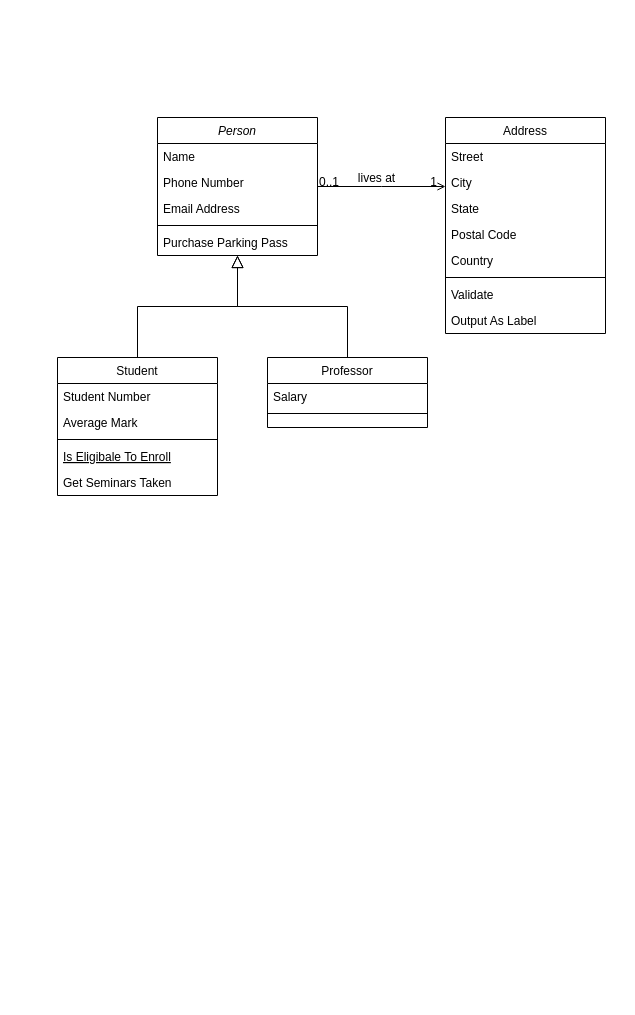
Before: Untitled Diagram.drawio in CarleyDziewicki/Indepdent-Work, a draw.io diagram. Source tidied: cells renumbered, new cells numbered last; positions are measured from the earlier drawing's top-left corner, leaving out a move shared by most shapes. Both pictures are drawn from the tidied source at 100%, with x=0, y=0 at pixel (57, 117).
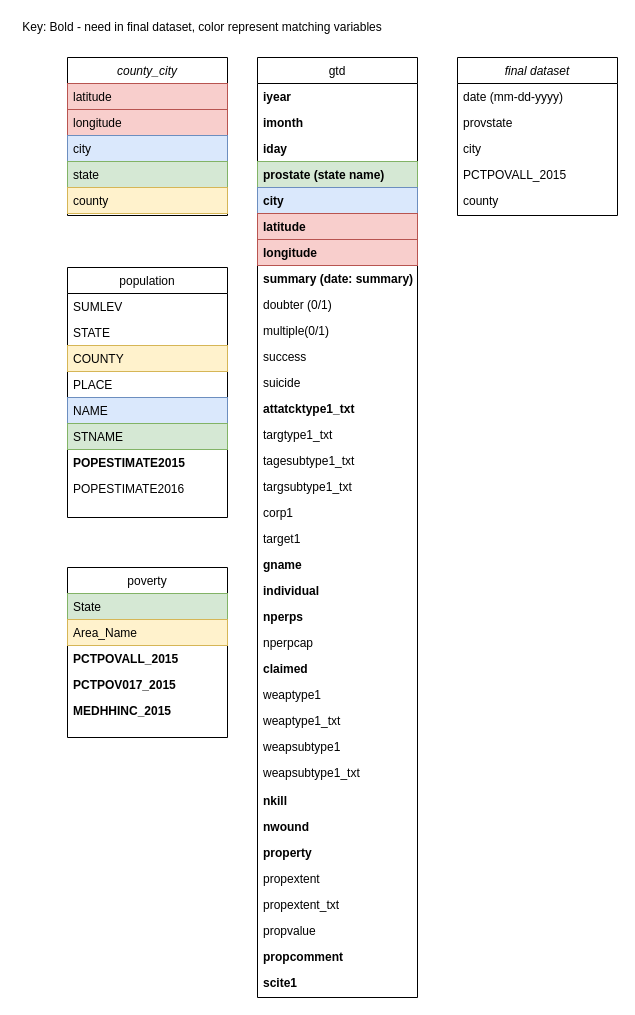
After the change.

Change to the diagram source:
```diff
@@
-    <mxCell id="2" value="Person" style="swimlane;fontStyle=2;align=center;verticalAlign=top;horizontal=1;startSize=26;rounded=0;shadow=0;strokeWidth=1;" parent="1" vertex="1">
-      <mxGeometry x="100" width="160" height="138" as="geometry" />
+    <mxCell id="2" value="county_city" style="swimlane;fontStyle=2;align=center;verticalAlign=top;horizontal=1;startSize=26;rounded=0;shadow=0;strokeWidth=1;" parent="1" vertex="1">
+      <mxGeometry x="10" y="-60" width="160" height="158" as="geometry" />
     </mxCell>
-    <mxCell id="3" value="Name" style="text;align=left;verticalAlign=top;spacingLeft=4;spacingRight=4;overflow=hidden;" parent="2" vertex="1">
+    <mxCell id="3" value="latitude" style="text;align=left;verticalAlign=top;spacingLeft=4;spacingRight=4;overflow=hidden;fillColor=#f8cecc;strokeColor=#b85450;" parent="2" vertex="1">
       <mxGeometry y="26" width="160" height="26" as="geometry" />
     </mxCell>
-    <mxCell id="4" value="Phone Number" style="text;align=left;verticalAlign=top;spacingLeft=4;spacingRight=4;overflow=hidden;rounded=0;shadow=0;html=0;" parent="2" vertex="1">
+    <mxCell id="4" value="longitude" style="text;align=left;verticalAlign=top;spacingLeft=4;spacingRight=4;overflow=hidden;rounded=0;shadow=0;html=0;fillColor=#f8cecc;strokeColor=#b85450;" parent="2" vertex="1">
       <mxGeometry y="52" width="160" height="26" as="geometry" />
     </mxCell>
-    <mxCell id="5" value="Email Address" style="text;align=left;verticalAlign=top;spacingLeft=4;spacingRight=4;overflow=hidden;rounded=0;shadow=0;html=0;" parent="2" vertex="1">
+    <mxCell id="5" value="city" style="text;align=left;verticalAlign=top;spacingLeft=4;spacingRight=4;overflow=hidden;rounded=0;shadow=0;html=0;fillColor=#dae8fc;strokeColor=#6c8ebf;" parent="2" vertex="1">
       <mxGeometry y="78" width="160" height="26" as="geometry" />
     </mxCell>
-    <mxCell id="6" style="line;html=1;strokeWidth=1;align=left;verticalAlign=middle;spacingTop=-1;spacingLeft=3;spacingRight=3;labelPosition=right;" parent="2" vertex="1">
-      <mxGeometry y="104" width="160" height="8" as="geometry" />
-    </mxCell>
-    <mxCell id="7" value="Purchase Parking Pass" style="text;align=left;verticalAlign=top;spacingLeft=4;spacingRight=4;overflow=hidden;" parent="2" vertex="1">
-      <mxGeometry y="112" width="160" height="26" as="geometry" />
-    </mxCell>
+    <mxCell id="32" value="state" style="text;align=left;verticalAlign=top;spacingLeft=4;spacingRight=4;overflow=hidden;rounded=0;shadow=0;html=0;fillColor=#d5e8d4;strokeColor=#82b366;" parent="2" vertex="1">
+      <mxGeometry y="104" width="160" height="26" as="geometry" />
+    </mxCell>
+    <mxCell id="33" value="county" style="text;align=left;verticalAlign=top;spacingLeft=4;spacingRight=4;overflow=hidden;rounded=0;shadow=0;html=0;fillColor=#fff2cc;strokeColor=#d6b656;" parent="2" vertex="1">
+      <mxGeometry y="130" width="160" height="26" as="geometry" />
+    </mxCell>
-    <mxCell id="8" value="Student" style="swimlane;fontStyle=0;align=center;verticalAlign=top;horizontal=1;startSize=26;rounded=0;shadow=0;strokeWidth=1;" parent="1" vertex="1">
-      <mxGeometry y="240" width="160" height="138" as="geometry" />
+    <mxCell id="8" value="population" style="swimlane;fontStyle=0;align=center;verticalAlign=top;horizontal=1;startSize=26;rounded=0;shadow=0;strokeWidth=1;" parent="1" vertex="1">
+      <mxGeometry x="10" y="150" width="160" height="250" as="geometry" />
     </mxCell>
-    <mxCell id="9" value="Student Number" style="text;align=left;verticalAlign=top;spacingLeft=4;spacingRight=4;overflow=hidden;" parent="8" vertex="1">
+    <mxCell id="9" value="SUMLEV" style="text;align=left;verticalAlign=top;spacingLeft=4;spacingRight=4;overflow=hidden;" parent="8" vertex="1">
       <mxGeometry y="26" width="160" height="26" as="geometry" />
     </mxCell>
-    <mxCell id="10" value="Average Mark" style="text;align=left;verticalAlign=top;spacingLeft=4;spacingRight=4;overflow=hidden;rounded=0;shadow=0;html=0;" parent="8" vertex="1">
+    <mxCell id="10" value="STATE" style="text;align=left;verticalAlign=top;spacingLeft=4;spacingRight=4;overflow=hidden;rounded=0;shadow=0;html=0;" parent="8" vertex="1">
       <mxGeometry y="52" width="160" height="26" as="geometry" />
     </mxCell>
-    <mxCell id="11" style="line;html=1;strokeWidth=1;align=left;verticalAlign=middle;spacingTop=-1;spacingLeft=3;spacingRight=3;labelPosition=right;" parent="8" vertex="1">
-      <mxGeometry y="78" width="160" height="8" as="geometry" />
-    </mxCell>
-    <mxCell id="12" value="Is Eligibale To Enroll" style="text;align=left;verticalAlign=top;spacingLeft=4;spacingRight=4;overflow=hidden;fontStyle=4;" parent="8" vertex="1">
-      <mxGeometry y="86" width="160" height="26" as="geometry" />
-    </mxCell>
-    <mxCell id="13" value="Get Seminars Taken" style="text;align=left;verticalAlign=top;spacingLeft=4;spacingRight=4;overflow=hidden;" parent="8" vertex="1">
-      <mxGeometry y="112" width="160" height="26" as="geometry" />
+    <mxCell id="13" value="COUNTY" style="text;align=left;verticalAlign=top;spacingLeft=4;spacingRight=4;overflow=hidden;fillColor=#fff2cc;strokeColor=#d6b656;" parent="8" vertex="1">
+      <mxGeometry y="78" width="160" height="26" as="geometry" />
     </mxCell>
-    <mxCell id="14" style="endArrow=block;endSize=10;endFill=0;shadow=0;strokeWidth=1;rounded=0;edgeStyle=elbowEdgeStyle;elbow=vertical;" parent="1" edge="1" source="8" target="2">
-      <mxGeometry relative="1" as="geometry" />
-    </mxCell>
+    <mxCell id="34" value="PLACE" style="text;align=left;verticalAlign=top;spacingLeft=4;spacingRight=4;overflow=hidden;" parent="8" vertex="1">
+      <mxGeometry y="104" width="160" height="26" as="geometry" />
+    </mxCell>
+    <mxCell id="35" value="NAME" style="text;align=left;verticalAlign=top;spacingLeft=4;spacingRight=4;overflow=hidden;fillColor=#dae8fc;strokeColor=#6c8ebf;" parent="8" vertex="1">
+      <mxGeometry y="130" width="160" height="26" as="geometry" />
+    </mxCell>
+    <mxCell id="36" value="STNAME" style="text;align=left;verticalAlign=top;spacingLeft=4;spacingRight=4;overflow=hidden;fillColor=#d5e8d4;strokeColor=#82b366;" parent="8" vertex="1">
+      <mxGeometry y="156" width="160" height="26" as="geometry" />
+    </mxCell>
+    <mxCell id="37" value="POPESTIMATE2015" style="text;align=left;verticalAlign=top;spacingLeft=4;spacingRight=4;overflow=hidden;fontStyle=1;" parent="8" vertex="1">
+      <mxGeometry y="182" width="160" height="26" as="geometry" />
+    </mxCell>
+    <mxCell id="38" value="POPESTIMATE2016" style="text;align=left;verticalAlign=top;spacingLeft=4;spacingRight=4;overflow=hidden;" parent="8" vertex="1">
+      <mxGeometry y="208" width="160" height="26" as="geometry" />
+    </mxCell>
-    <mxCell id="15" value="Professor" style="swimlane;fontStyle=0;align=center;verticalAlign=top;horizontal=1;startSize=26;rounded=0;shadow=0;strokeWidth=1;" parent="1" vertex="1">
-      <mxGeometry x="210" y="240" width="160" height="70" as="geometry" />
+    <mxCell id="15" value="poverty" style="swimlane;fontStyle=0;align=center;verticalAlign=top;horizontal=1;startSize=26;rounded=0;shadow=0;strokeWidth=1;" parent="1" vertex="1">
+      <mxGeometry x="10" y="450" width="160" height="170" as="geometry" />
     </mxCell>
-    <mxCell id="16" value="Salary" style="text;align=left;verticalAlign=top;spacingLeft=4;spacingRight=4;overflow=hidden;" parent="15" vertex="1">
+    <mxCell id="16" value="State" style="text;align=left;verticalAlign=top;spacingLeft=4;spacingRight=4;overflow=hidden;fillColor=#d5e8d4;strokeColor=#82b366;" parent="15" vertex="1">
       <mxGeometry y="26" width="160" height="26" as="geometry" />
     </mxCell>
-    <mxCell id="17" style="line;html=1;strokeWidth=1;align=left;verticalAlign=middle;spacingTop=-1;spacingLeft=3;spacingRight=3;labelPosition=right;" parent="15" vertex="1">
-      <mxGeometry y="52" width="160" height="8" as="geometry" />
-    </mxCell>
-    <mxCell id="18" style="endArrow=block;endSize=10;endFill=0;shadow=0;strokeWidth=1;rounded=0;edgeStyle=elbowEdgeStyle;elbow=vertical;" parent="1" edge="1" source="15" target="2">
-      <mxGeometry relative="1" as="geometry" />
-    </mxCell>
+    <mxCell id="39" value="Area_Name" style="text;align=left;verticalAlign=top;spacingLeft=4;spacingRight=4;overflow=hidden;fillColor=#fff2cc;strokeColor=#d6b656;" parent="15" vertex="1">
+      <mxGeometry y="52" width="160" height="26" as="geometry" />
+    </mxCell>
+    <mxCell id="40" value="PCTPOVALL_2015" style="text;align=left;verticalAlign=top;spacingLeft=4;spacingRight=4;overflow=hidden;fontStyle=1;" parent="15" vertex="1">
+      <mxGeometry y="78" width="160" height="26" as="geometry" />
+    </mxCell>
+    <mxCell id="41" value="PCTPOV017_2015" style="text;align=left;verticalAlign=top;spacingLeft=4;spacingRight=4;overflow=hidden;fontStyle=1;" parent="15" vertex="1">
+      <mxGeometry y="104" width="160" height="26" as="geometry" />
+    </mxCell>
+    <mxCell id="42" value="MEDHHINC_2015" style="text;align=left;verticalAlign=top;spacingLeft=4;spacingRight=4;overflow=hidden;fontStyle=1;" parent="15" vertex="1">
+      <mxGeometry y="130" width="160" height="26" as="geometry" />
+    </mxCell>
-    <mxCell id="19" value="Address" style="swimlane;fontStyle=0;align=center;verticalAlign=top;horizontal=1;startSize=26;rounded=0;shadow=0;strokeWidth=1;" parent="1" vertex="1">
-      <mxGeometry x="388" width="160" height="216" as="geometry" />
+    <mxCell id="19" value="gtd" style="swimlane;fontStyle=0;align=center;verticalAlign=top;horizontal=1;startSize=26;rounded=0;shadow=0;strokeWidth=1;" parent="1" vertex="1">
+      <mxGeometry x="200" y="-60" width="160" height="940" as="geometry" />
     </mxCell>
-    <mxCell id="20" value="Street" style="text;align=left;verticalAlign=top;spacingLeft=4;spacingRight=4;overflow=hidden;" parent="19" vertex="1">
+    <mxCell id="20" value="iyear" style="text;align=left;verticalAlign=top;spacingLeft=4;spacingRight=4;overflow=hidden;fontStyle=1;" parent="19" vertex="1">
       <mxGeometry y="26" width="160" height="26" as="geometry" />
     </mxCell>
-    <mxCell id="21" value="City" style="text;align=left;verticalAlign=top;spacingLeft=4;spacingRight=4;overflow=hidden;rounded=0;shadow=0;html=0;" parent="19" vertex="1">
+    <mxCell id="21" value="imonth" style="text;align=left;verticalAlign=top;spacingLeft=4;spacingRight=4;overflow=hidden;rounded=0;shadow=0;html=0;fontStyle=1;" parent="19" vertex="1">
       <mxGeometry y="52" width="160" height="26" as="geometry" />
     </mxCell>
-    <mxCell id="22" value="State" style="text;align=left;verticalAlign=top;spacingLeft=4;spacingRight=4;overflow=hidden;rounded=0;shadow=0;html=0;" parent="19" vertex="1">
+    <mxCell id="22" value="iday" style="text;align=left;verticalAlign=top;spacingLeft=4;spacingRight=4;overflow=hidden;rounded=0;shadow=0;html=0;fontStyle=1;" parent="19" vertex="1">
       <mxGeometry y="78" width="160" height="26" as="geometry" />
     </mxCell>
-    <mxCell id="23" value="Postal Code" style="text;align=left;verticalAlign=top;spacingLeft=4;spacingRight=4;overflow=hidden;rounded=0;shadow=0;html=0;" parent="19" vertex="1">
+    <mxCell id="23" value="prostate (state name)" style="text;align=left;verticalAlign=top;spacingLeft=4;spacingRight=4;overflow=hidden;rounded=0;shadow=0;html=0;fillColor=#d5e8d4;strokeColor=#82b366;fontStyle=1;" parent="19" vertex="1">
       <mxGeometry y="104" width="160" height="26" as="geometry" />
     </mxCell>
-    <mxCell id="24" value="Country" style="text;align=left;verticalAlign=top;spacingLeft=4;spacingRight=4;overflow=hidden;rounded=0;shadow=0;html=0;" parent="19" vertex="1">
+    <mxCell id="24" value="city" style="text;align=left;verticalAlign=top;spacingLeft=4;spacingRight=4;overflow=hidden;rounded=0;shadow=0;html=0;fillColor=#dae8fc;strokeColor=#6c8ebf;fontStyle=1;" parent="19" vertex="1">
       <mxGeometry y="130" width="160" height="26" as="geometry" />
     </mxCell>
-    <mxCell id="25" style="line;html=1;strokeWidth=1;align=left;verticalAlign=middle;spacingTop=-1;spacingLeft=3;spacingRight=3;labelPosition=right;" parent="19" vertex="1">
-      <mxGeometry y="156" width="160" height="8" as="geometry" />
-    </mxCell>
-    <mxCell id="26" value="Validate" style="text;align=left;verticalAlign=top;spacingLeft=4;spacingRight=4;overflow=hidden;" parent="19" vertex="1">
-      <mxGeometry y="164" width="160" height="26" as="geometry" />
+    <mxCell id="26" value="latitude" style="text;align=left;verticalAlign=top;spacingLeft=4;spacingRight=4;overflow=hidden;fillColor=#f8cecc;strokeColor=#b85450;fontStyle=1;" parent="19" vertex="1">
+      <mxGeometry y="156" width="160" height="26" as="geometry" />
     </mxCell>
-    <mxCell id="27" value="Output As Label" style="text;align=left;verticalAlign=top;spacingLeft=4;spacingRight=4;overflow=hidden;" parent="19" vertex="1">
-      <mxGeometry y="190" width="160" height="26" as="geometry" />
+    <mxCell id="27" value="longitude" style="text;align=left;verticalAlign=top;spacingLeft=4;spacingRight=4;overflow=hidden;fillColor=#f8cecc;strokeColor=#b85450;fontStyle=1;" parent="19" vertex="1">
+      <mxGeometry y="182" width="160" height="26" as="geometry" />
     </mxCell>
-    <mxCell id="28" style="endArrow=open;shadow=0;strokeWidth=1;rounded=0;endFill=1;edgeStyle=elbowEdgeStyle;elbow=vertical;" parent="1" edge="1" source="2" target="19">
-      <mxGeometry x="0.5" y="41" relative="1" as="geometry">
-        <mxPoint x="-40" y="32" as="offset" />
-      </mxGeometry>
-    </mxCell>
-    <mxCell id="29" value="0..1" style="align=left;verticalAlign=bottom;labelBackgroundColor=none;fontSize=12;" parent="28" vertex="1">
-      <mxGeometry x="-1" relative="1" as="geometry">
-        <mxPoint y="4" as="offset" />
-      </mxGeometry>
-    </mxCell>
-    <mxCell id="30" value="1" style="align=right;verticalAlign=bottom;labelBackgroundColor=none;fontSize=12;" parent="28" vertex="1">
-      <mxGeometry x="1" relative="1" as="geometry">
-        <mxPoint x="-7" y="4" as="offset" />
-      </mxGeometry>
-    </mxCell>
-    <mxCell id="31" value="lives at" style="text;html=1;align=center;verticalAlign=middle;labelBackgroundColor=none;rounded=0;shadow=0;strokeWidth=1;fontSize=12;" parent="28" vertex="1">
-      <mxGeometry x="0.5" y="49" relative="1" as="geometry">
-        <mxPoint x="-38" y="40" as="offset" />
-      </mxGeometry>
-    </mxCell>
+    <mxCell id="43" value="summary (date: summary)" style="text;align=left;verticalAlign=top;spacingLeft=4;spacingRight=4;overflow=hidden;fontStyle=1;" parent="19" vertex="1">
+      <mxGeometry y="208" width="160" height="26" as="geometry" />
+    </mxCell>
+    <mxCell id="44" value="doubter (0/1)" style="text;align=left;verticalAlign=top;spacingLeft=4;spacingRight=4;overflow=hidden;" parent="19" vertex="1">
+      <mxGeometry y="234" width="160" height="26" as="geometry" />
+    </mxCell>
+    <mxCell id="45" value="multiple(0/1)" style="text;align=left;verticalAlign=top;spacingLeft=4;spacingRight=4;overflow=hidden;" parent="19" vertex="1">
+      <mxGeometry y="260" width="160" height="26" as="geometry" />
+    </mxCell>
+    <mxCell id="46" value="success" style="text;align=left;verticalAlign=top;spacingLeft=4;spacingRight=4;overflow=hidden;" parent="19" vertex="1">
+      <mxGeometry y="286" width="160" height="26" as="geometry" />
+    </mxCell>
+    <mxCell id="47" value="suicide" style="text;align=left;verticalAlign=top;spacingLeft=4;spacingRight=4;overflow=hidden;" parent="19" vertex="1">
+      <mxGeometry y="312" width="160" height="26" as="geometry" />
+    </mxCell>
+    <mxCell id="48" value="attatcktype1_txt" style="text;align=left;verticalAlign=top;spacingLeft=4;spacingRight=4;overflow=hidden;fontStyle=1;" parent="19" vertex="1">
+      <mxGeometry y="338" width="160" height="26" as="geometry" />
+    </mxCell>
+    <mxCell id="49" value="targtype1_txt" style="text;align=left;verticalAlign=top;spacingLeft=4;spacingRight=4;overflow=hidden;" parent="19" vertex="1">
+      <mxGeometry y="364" width="160" height="26" as="geometry" />
+    </mxCell>
+    <mxCell id="50" value="tagesubtype1_txt" style="text;align=left;verticalAlign=top;spacingLeft=4;spacingRight=4;overflow=hidden;" parent="19" vertex="1">
+      <mxGeometry y="390" width="160" height="26" as="geometry" />
+    </mxCell>
+    <mxCell id="51" value="targsubtype1_txt" style="text;align=left;verticalAlign=top;spacingLeft=4;spacingRight=4;overflow=hidden;" parent="19" vertex="1">
+      <mxGeometry y="416" width="160" height="26" as="geometry" />
+    </mxCell>
+    <mxCell id="52" value="corp1" style="text;align=left;verticalAlign=top;spacingLeft=4;spacingRight=4;overflow=hidden;" parent="19" vertex="1">
+      <mxGeometry y="442" width="160" height="26" as="geometry" />
+    </mxCell>
+    <mxCell id="53" value="target1" style="text;align=left;verticalAlign=top;spacingLeft=4;spacingRight=4;overflow=hidden;" parent="19" vertex="1">
+      <mxGeometry y="468" width="160" height="26" as="geometry" />
+    </mxCell>
+    <mxCell id="54" value="gname" style="text;align=left;verticalAlign=top;spacingLeft=4;spacingRight=4;overflow=hidden;fontStyle=1;" parent="19" vertex="1">
+      <mxGeometry y="494" width="160" height="26" as="geometry" />
+    </mxCell>
+    <mxCell id="55" value="individual" style="text;align=left;verticalAlign=top;spacingLeft=4;spacingRight=4;overflow=hidden;fontStyle=1;" parent="19" vertex="1">
+      <mxGeometry y="520" width="160" height="26" as="geometry" />
+    </mxCell>
+    <mxCell id="56" value="nperps" style="text;align=left;verticalAlign=top;spacingLeft=4;spacingRight=4;overflow=hidden;fontStyle=1;" parent="19" vertex="1">
+      <mxGeometry y="546" width="160" height="26" as="geometry" />
+    </mxCell>
+    <mxCell id="57" value="nperpcap" style="text;align=left;verticalAlign=top;spacingLeft=4;spacingRight=4;overflow=hidden;" parent="19" vertex="1">
+      <mxGeometry y="572" width="160" height="26" as="geometry" />
+    </mxCell>
+    <mxCell id="58" value="claimed" style="text;align=left;verticalAlign=top;spacingLeft=4;spacingRight=4;overflow=hidden;fontStyle=1;" parent="19" vertex="1">
+      <mxGeometry y="598" width="160" height="26" as="geometry" />
+    </mxCell>
+    <mxCell id="59" value="weaptype1" style="text;align=left;verticalAlign=top;spacingLeft=4;spacingRight=4;overflow=hidden;" parent="19" vertex="1">
+      <mxGeometry y="624" width="160" height="26" as="geometry" />
+    </mxCell>
+    <mxCell id="60" value="weaptype1_txt" style="text;align=left;verticalAlign=top;spacingLeft=4;spacingRight=4;overflow=hidden;" parent="19" vertex="1">
+      <mxGeometry y="650" width="160" height="26" as="geometry" />
+    </mxCell>
+    <mxCell id="61" value="weapsubtype1" style="text;align=left;verticalAlign=top;spacingLeft=4;spacingRight=4;overflow=hidden;" parent="19" vertex="1">
+      <mxGeometry y="676" width="160" height="26" as="geometry" />
+    </mxCell>
+    <mxCell id="62" value="weapsubtype1_txt" style="text;align=left;verticalAlign=top;spacingLeft=4;spacingRight=4;overflow=hidden;" parent="19" vertex="1">
+      <mxGeometry y="702" width="160" height="28" as="geometry" />
+    </mxCell>
+    <mxCell id="63" value="nkill" style="text;align=left;verticalAlign=top;spacingLeft=4;spacingRight=4;overflow=hidden;fontStyle=1;" parent="19" vertex="1">
+      <mxGeometry y="730" width="160" height="26" as="geometry" />
+    </mxCell>
+    <mxCell id="64" value="nwound" style="text;align=left;verticalAlign=top;spacingLeft=4;spacingRight=4;overflow=hidden;fontStyle=1;" parent="19" vertex="1">
+      <mxGeometry y="756" width="160" height="26" as="geometry" />
+    </mxCell>
+    <mxCell id="65" value="property" style="text;align=left;verticalAlign=top;spacingLeft=4;spacingRight=4;overflow=hidden;fontStyle=1;" parent="19" vertex="1">
+      <mxGeometry y="782" width="160" height="26" as="geometry" />
+    </mxCell>
+    <mxCell id="66" value="propextent" style="text;align=left;verticalAlign=top;spacingLeft=4;spacingRight=4;overflow=hidden;" parent="19" vertex="1">
+      <mxGeometry y="808" width="160" height="26" as="geometry" />
+    </mxCell>
+    <mxCell id="67" value="propextent_txt" style="text;align=left;verticalAlign=top;spacingLeft=4;spacingRight=4;overflow=hidden;" parent="19" vertex="1">
+      <mxGeometry y="834" width="160" height="26" as="geometry" />
+    </mxCell>
+    <mxCell id="68" value="propvalue" style="text;align=left;verticalAlign=top;spacingLeft=4;spacingRight=4;overflow=hidden;" parent="19" vertex="1">
+      <mxGeometry y="860" width="160" height="26" as="geometry" />
+    </mxCell>
+    <mxCell id="69" value="propcomment" style="text;align=left;verticalAlign=top;spacingLeft=4;spacingRight=4;overflow=hidden;fontStyle=1;" parent="19" vertex="1">
+      <mxGeometry y="886" width="160" height="26" as="geometry" />
+    </mxCell>
+    <mxCell id="70" value="scite1" style="text;align=left;verticalAlign=top;spacingLeft=4;spacingRight=4;overflow=hidden;fontStyle=1;" parent="19" vertex="1">
+      <mxGeometry y="912" width="160" height="26" as="geometry" />
+    </mxCell>
+    <mxCell id="71" value="final dataset" style="swimlane;fontStyle=2;align=center;verticalAlign=top;horizontal=1;startSize=26;rounded=0;shadow=0;strokeWidth=1;" parent="1" vertex="1">
+      <mxGeometry x="400" y="-60" width="160" height="158" as="geometry" />
+    </mxCell>
+    <mxCell id="72" value="date (mm-dd-yyyy)" style="text;align=left;verticalAlign=top;spacingLeft=4;spacingRight=4;overflow=hidden;" parent="71" vertex="1">
+      <mxGeometry y="26" width="160" height="26" as="geometry" />
+    </mxCell>
+    <mxCell id="73" value="provstate" style="text;align=left;verticalAlign=top;spacingLeft=4;spacingRight=4;overflow=hidden;rounded=0;shadow=0;html=0;" parent="71" vertex="1">
+      <mxGeometry y="52" width="160" height="26" as="geometry" />
+    </mxCell>
+    <mxCell id="74" value="city" style="text;align=left;verticalAlign=top;spacingLeft=4;spacingRight=4;overflow=hidden;rounded=0;shadow=0;html=0;" parent="71" vertex="1">
+      <mxGeometry y="78" width="160" height="26" as="geometry" />
+    </mxCell>
+    <mxCell id="75" value="PCTPOVALL_2015" style="text;align=left;verticalAlign=top;spacingLeft=4;spacingRight=4;overflow=hidden;rounded=0;shadow=0;html=0;" parent="71" vertex="1">
+      <mxGeometry y="104" width="160" height="26" as="geometry" />
+    </mxCell>
+    <mxCell id="76" value="county" style="text;align=left;verticalAlign=top;spacingLeft=4;spacingRight=4;overflow=hidden;rounded=0;shadow=0;html=0;" parent="71" vertex="1">
+      <mxGeometry y="130" width="160" height="26" as="geometry" />
+    </mxCell>
+    <mxCell id="77" value="Key: Bold - need in final dataset, color represent matching variables&lt;br&gt;" style="text;html=1;strokeColor=none;fillColor=none;align=center;verticalAlign=middle;whiteSpace=wrap;rounded=0;" parent="1" vertex="1">
+      <mxGeometry x="-40" y="-100" width="370" height="20" as="geometry" />
+    </mxCell>
```
